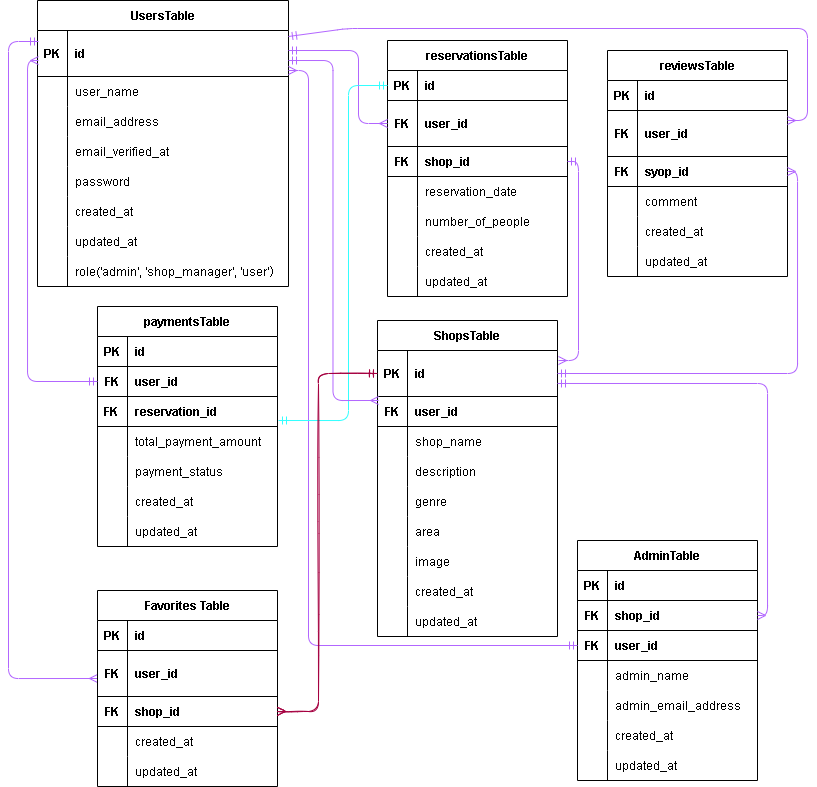
Before: src/rese.drawio.png, a diagram exported from draw.io (ponponmama/20240713-erika_hara-rese). Source tidied: cells renumbered, new cells last; positions are measured from the earlier drawing's top-left corner, leaving out a move shared by most shapes.
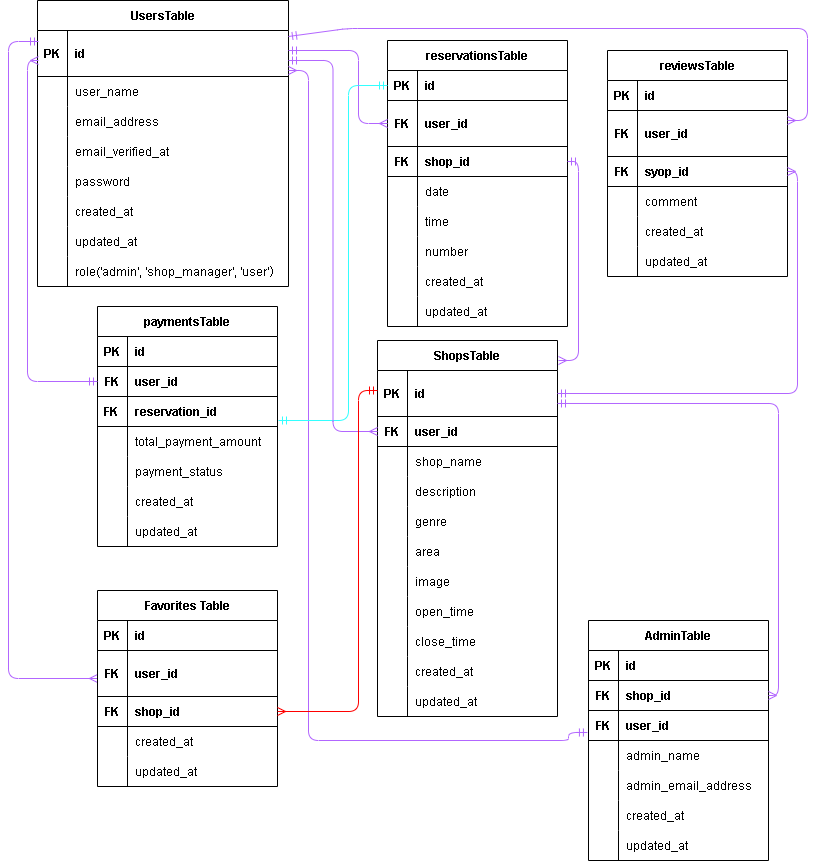
The same diagram one commit later.

The edit, as a diff of the source:
```diff
@@ -88,7 +88,7 @@
       </mxGeometry>
     </mxCell>
     <mxCell id="28" value="AdminTable" style="shape=table;startSize=30;rowLines=0;fontStyle=1;align=center;strokeColor=#000000;strokeWidth=1;fontColor=#000000;fillColor=none;" parent="1" vertex="1">
-      <mxGeometry x="569" y="540" width="180" height="240" as="geometry" />
+      <mxGeometry x="580" y="620" width="180" height="240" as="geometry" />
     </mxCell>
     <mxCell id="29" style="shape=tableRow;horizontal=0;startSize=0;swimlaneHead=0;swimlaneBody=0;fillColor=none;top=0;left=0;right=0;bottom=1;strokeColor=#000000;strokeWidth=1;fontColor=#000000;" parent="28" vertex="1">
       <mxGeometry y="30" width="180" height="30" as="geometry" />
@@ -154,7 +154,7 @@
       <mxGeometry x="30" width="150" height="30" as="geometry" />
     </mxCell>
     <mxCell id="50" value="reservationsTable" style="shape=table;startSize=30;rowLines=0;fontStyle=1;align=center;fillColor=none;strokeColor=#000000;strokeWidth=1;fontColor=#000000;" parent="1" vertex="1">
-      <mxGeometry x="379" y="40" width="180" height="256" as="geometry" />
+      <mxGeometry x="379" y="40" width="180" height="286" as="geometry" />
     </mxCell>
     <mxCell id="51" style="shape=tableRow;horizontal=0;startSize=0;swimlaneHead=0;swimlaneBody=0;fillColor=none;points=[[0,0.5],[1,0.5]];portConstraint=eastwest;top=0;left=0;right=0;bottom=1;strokeColor=#000000;strokeWidth=1;fontColor=#000000;" parent="50" vertex="1">
       <mxGeometry y="30" width="180" height="30" as="geometry" />
@@ -189,20 +189,29 @@
     <mxCell id="61" style="shape=partialRectangle;fillColor=none;top=0;left=0;bottom=0;right=0;overflow=hidden;fontColor=#000000;strokeColor=#000000;strokeWidth=1;" parent="60" vertex="1">
       <mxGeometry width="30" height="30" as="geometry" />
     </mxCell>
-    <mxCell id="62" value="reservation_date" style="shape=partialRectangle;fillColor=none;top=0;left=0;bottom=0;right=0;align=left;spacingLeft=6;overflow=hidden;fontColor=#000000;strokeColor=#000000;strokeWidth=1;" parent="60" vertex="1">
+    <mxCell id="62" value="date" style="shape=partialRectangle;fillColor=none;top=0;left=0;bottom=0;right=0;align=left;spacingLeft=6;overflow=hidden;fontColor=#000000;strokeColor=#000000;strokeWidth=1;" parent="60" vertex="1">
       <mxGeometry x="30" width="150" height="30" as="geometry" />
     </mxCell>
+    <mxCell id="167" style="shape=tableRow;horizontal=0;startSize=0;swimlaneHead=0;swimlaneBody=0;fillColor=none;top=0;left=0;right=0;bottom=0;strokeColor=#000000;strokeWidth=1;fontColor=#000000;" parent="50" vertex="1">
+      <mxGeometry y="166" width="180" height="30" as="geometry" />
+    </mxCell>
+    <mxCell id="168" style="shape=partialRectangle;fillColor=none;top=0;left=0;bottom=0;right=0;overflow=hidden;fontColor=#000000;strokeColor=#000000;strokeWidth=1;" parent="167" vertex="1">
+      <mxGeometry width="30" height="30" as="geometry" />
+    </mxCell>
+    <mxCell id="169" value="time" style="shape=partialRectangle;fillColor=none;top=0;left=0;bottom=0;right=0;align=left;spacingLeft=6;overflow=hidden;fontColor=#000000;strokeColor=#000000;strokeWidth=1;" parent="167" vertex="1">
+      <mxGeometry x="30" width="150" height="30" as="geometry" />
+    </mxCell>
     <mxCell id="63" style="shape=tableRow;horizontal=0;startSize=0;swimlaneHead=0;swimlaneBody=0;fillColor=none;top=0;left=0;right=0;bottom=0;strokeColor=#000000;strokeWidth=1;fontColor=#000000;" parent="50" vertex="1">
-      <mxGeometry y="166" width="180" height="30" as="geometry" />
+      <mxGeometry y="196" width="180" height="30" as="geometry" />
     </mxCell>
     <mxCell id="64" style="shape=partialRectangle;fillColor=none;top=0;left=0;bottom=0;right=0;overflow=hidden;fontColor=#000000;strokeColor=#000000;strokeWidth=1;" parent="63" vertex="1">
       <mxGeometry width="30" height="30" as="geometry" />
     </mxCell>
-    <mxCell id="65" value="number_of_people" style="shape=partialRectangle;fillColor=none;top=0;left=0;bottom=0;right=0;align=left;spacingLeft=6;overflow=hidden;fontColor=#000000;strokeColor=#000000;strokeWidth=1;" parent="63" vertex="1">
+    <mxCell id="65" value="number" style="shape=partialRectangle;fillColor=none;top=0;left=0;bottom=0;right=0;align=left;spacingLeft=6;overflow=hidden;fontColor=#000000;strokeColor=#000000;strokeWidth=1;" parent="63" vertex="1">
       <mxGeometry x="30" width="150" height="30" as="geometry" />
     </mxCell>
     <mxCell id="66" style="shape=tableRow;horizontal=0;startSize=0;swimlaneHead=0;swimlaneBody=0;fillColor=none;top=0;left=0;right=0;bottom=0;strokeColor=#000000;strokeWidth=1;fontColor=#000000;" parent="50" vertex="1">
-      <mxGeometry y="196" width="180" height="30" as="geometry" />
+      <mxGeometry y="226" width="180" height="30" as="geometry" />
     </mxCell>
     <mxCell id="67" style="shape=partialRectangle;fillColor=none;top=0;left=0;bottom=0;right=0;overflow=hidden;fontColor=#000000;strokeColor=#000000;strokeWidth=1;" parent="66" vertex="1">
       <mxGeometry width="30" height="30" as="geometry" />
@@ -211,7 +220,7 @@
       <mxGeometry x="30" width="150" height="30" as="geometry" />
     </mxCell>
     <mxCell id="69" style="shape=tableRow;horizontal=0;startSize=0;swimlaneHead=0;swimlaneBody=0;fillColor=none;top=0;left=0;right=0;bottom=0;strokeColor=#000000;strokeWidth=1;fontColor=#000000;" parent="50" vertex="1">
-      <mxGeometry y="226" width="180" height="30" as="geometry" />
+      <mxGeometry y="256" width="180" height="30" as="geometry" />
     </mxCell>
     <mxCell id="70" style="shape=partialRectangle;fillColor=none;top=0;left=0;bottom=0;right=0;overflow=hidden;fontColor=#000000;strokeColor=#000000;strokeWidth=1;" parent="69" vertex="1">
       <mxGeometry width="30" height="30" as="geometry" />
@@ -362,7 +371,7 @@
       </mxGeometry>
     </mxCell>
     <mxCell id="115" value="ShopsTable" style="shape=table;startSize=30;rowLines=0;fontStyle=1;align=center;strokeColor=#000000;strokeWidth=1;fontColor=#000000;fillColor=none;" parent="1" vertex="1">
-      <mxGeometry x="369" y="320" width="180" height="316" as="geometry" />
+      <mxGeometry x="369" y="340" width="180" height="376" as="geometry" />
     </mxCell>
     <mxCell id="116" style="shape=tableRow;horizontal=0;startSize=0;swimlaneHead=0;swimlaneBody=0;fillColor=none;points=[[0,0.5],[1,0.5]];portConstraint=eastwest;top=0;left=0;right=0;bottom=1;strokeColor=#000000;strokeWidth=1;fontColor=#000000;" parent="115" vertex="1">
       <mxGeometry y="30" width="180" height="46" as="geometry" />
@@ -427,8 +436,26 @@
     <mxCell id="136" value="image" style="shape=partialRectangle;fillColor=none;top=0;left=0;bottom=0;right=0;align=left;spacingLeft=6;overflow=hidden;fontColor=#000000;strokeColor=#000000;strokeWidth=1;" parent="134" vertex="1">
       <mxGeometry x="30" width="150" height="30" as="geometry" />
     </mxCell>
+    <mxCell id="170" style="shape=tableRow;horizontal=0;startSize=0;swimlaneHead=0;swimlaneBody=0;fillColor=none;top=0;left=0;right=0;bottom=0;strokeColor=#000000;strokeWidth=1;fontColor=#000000;" parent="115" vertex="1">
+      <mxGeometry y="256" width="180" height="30" as="geometry" />
+    </mxCell>
+    <mxCell id="171" style="shape=partialRectangle;fillColor=none;top=0;left=0;bottom=0;right=0;overflow=hidden;fontColor=#000000;strokeColor=#000000;strokeWidth=1;" parent="170" vertex="1">
+      <mxGeometry width="30" height="30" as="geometry" />
+    </mxCell>
+    <mxCell id="172" value="open_time" style="shape=partialRectangle;fillColor=none;top=0;left=0;bottom=0;right=0;align=left;spacingLeft=6;overflow=hidden;fontColor=#000000;strokeColor=#000000;strokeWidth=1;" parent="170" vertex="1">
+      <mxGeometry x="30" width="150" height="30" as="geometry" />
+    </mxCell>
+    <mxCell id="173" style="shape=tableRow;horizontal=0;startSize=0;swimlaneHead=0;swimlaneBody=0;fillColor=none;top=0;left=0;right=0;bottom=0;strokeColor=#000000;strokeWidth=1;fontColor=#000000;" parent="115" vertex="1">
+      <mxGeometry y="286" width="180" height="30" as="geometry" />
+    </mxCell>
+    <mxCell id="174" style="shape=partialRectangle;fillColor=none;top=0;left=0;bottom=0;right=0;overflow=hidden;fontColor=#000000;strokeColor=#000000;strokeWidth=1;" parent="173" vertex="1">
+      <mxGeometry width="30" height="30" as="geometry" />
+    </mxCell>
+    <mxCell id="175" value="close_time" style="shape=partialRectangle;fillColor=none;top=0;left=0;bottom=0;right=0;align=left;spacingLeft=6;overflow=hidden;fontColor=#000000;strokeColor=#000000;strokeWidth=1;" parent="173" vertex="1">
+      <mxGeometry x="30" width="150" height="30" as="geometry" />
+    </mxCell>
     <mxCell id="137" style="shape=tableRow;horizontal=0;startSize=0;swimlaneHead=0;swimlaneBody=0;fillColor=none;top=0;left=0;right=0;bottom=0;strokeColor=#000000;strokeWidth=1;fontColor=#000000;" parent="115" vertex="1">
-      <mxGeometry y="256" width="180" height="30" as="geometry" />
+      <mxGeometry y="316" width="180" height="30" as="geometry" />
     </mxCell>
     <mxCell id="138" style="shape=partialRectangle;fillColor=none;top=0;left=0;bottom=0;right=0;overflow=hidden;fontColor=#000000;strokeColor=#000000;strokeWidth=1;" parent="137" vertex="1">
       <mxGeometry width="30" height="30" as="geometry" />
@@ -437,7 +464,7 @@
       <mxGeometry x="30" width="150" height="30" as="geometry" />
     </mxCell>
     <mxCell id="140" style="shape=tableRow;horizontal=0;startSize=0;swimlaneHead=0;swimlaneBody=0;fillColor=none;top=0;left=0;right=0;bottom=0;strokeColor=#000000;strokeWidth=1;fontColor=#000000;" parent="115" vertex="1">
-      <mxGeometry y="286" width="180" height="30" as="geometry" />
+      <mxGeometry y="346" width="180" height="30" as="geometry" />
     </mxCell>
     <mxCell id="141" style="shape=partialRectangle;fillColor=none;top=0;left=0;bottom=0;right=0;overflow=hidden;fontColor=#000000;strokeColor=#000000;strokeWidth=1;" parent="140" vertex="1">
       <mxGeometry width="30" height="30" as="geometry" />
@@ -460,11 +487,13 @@
     <mxCell id="145" style="edgeStyle=orthogonalEdgeStyle;fontSize=12;html=1;endArrow=ERmany;exitX=1;exitY=0.717;exitDx=0;exitDy=0;exitPerimeter=0;entryX=1;entryY=0.5;entryDx=0;entryDy=0;startArrow=ERmandOne;startFill=0;strokeColor=#B266FF;strokeWidth=1;fontColor=default;" parent="1" edge="1" source="116" target="32">
       <mxGeometry relative="1" as="geometry" />
     </mxCell>
-    <mxCell id="146" style="edgeStyle=orthogonalEdgeStyle;fontSize=12;html=1;endArrow=ERmany;exitX=0;exitY=0.5;exitDx=0;exitDy=0;strokeColor=#B266FF;strokeWidth=1;fontColor=default;startArrow=ERmandOne;startFill=0;" parent="1" edge="1" source="35">
+    <mxCell id="146" style="edgeStyle=orthogonalEdgeStyle;fontSize=12;html=1;endArrow=ERmany;strokeColor=#B266FF;strokeWidth=1;fontColor=default;startArrow=ERmandOne;startFill=0;exitX=-0.006;exitY=0.733;exitDx=0;exitDy=0;exitPerimeter=0;" parent="1" edge="1" source="35">
       <mxGeometry relative="1" as="geometry">
         <mxPoint x="280" y="70" as="targetPoint" />
         <Array as="points">
-          <mxPoint x="300" y="645" />
+          <mxPoint x="560" y="732" />
+          <mxPoint x="560" y="740" />
+          <mxPoint x="300" y="740" />
           <mxPoint x="300" y="70" />
         </Array>
       </mxGeometry>
@@ -488,7 +517,7 @@
         </Array>
       </mxGeometry>
     </mxCell>
-    <mxCell id="149" style="edgeStyle=orthogonalEdgeStyle;fontSize=12;html=1;endArrow=ERmany;entryX=0.006;entryY=0.133;entryDx=0;entryDy=0;startArrow=ERmandOne;startFill=0;strokeColor=#B266FF;exitX=1;exitY=0.652;exitDx=0;exitDy=0;exitPerimeter=0;entryPerimeter=0;" parent="1" edge="1" source="3" target="119">
+    <mxCell id="149" style="edgeStyle=orthogonalEdgeStyle;fontSize=12;html=1;endArrow=ERmany;entryX=0;entryY=0.5;entryDx=0;entryDy=0;startArrow=ERmandOne;startFill=0;strokeColor=#B266FF;exitX=1;exitY=0.652;exitDx=0;exitDy=0;exitPerimeter=0;" parent="1" edge="1" source="3" target="119">
       <mxGeometry relative="1" as="geometry" />
     </mxCell>
     <mxCell id="150" value="Favorites Table" style="shape=table;startSize=30;rowLines=0;fontStyle=1;align=center;fillColor=none;strokeColor=#000000;strokeWidth=1;fontColor=#000000;" parent="1" vertex="1">
@@ -539,13 +568,14 @@
     <mxCell id="165" value="updated_at" style="shape=partialRectangle;fillColor=none;top=0;left=0;bottom=0;right=0;align=left;spacingLeft=6;overflow=hidden;fontColor=#000000;strokeColor=#000000;strokeWidth=1;" parent="163" vertex="1">
       <mxGeometry x="30" width="150" height="30" as="geometry" />
     </mxCell>
-    <mxCell id="166" style="edgeStyle=orthogonalEdgeStyle;sketch=1;html=1;startArrow=ERmandOne;startFill=0;exitX=0;exitY=0.5;exitDx=0;exitDy=0;entryX=1;entryY=0.5;entryDx=0;entryDy=0;fillColor=#d80073;strokeColor=#A50040;endArrow=ERmany;endFill=0;" parent="1" edge="1" source="116" target="157">
-      <mxGeometry relative="1" as="geometry">
-        <Array as="points">
-          <mxPoint x="310" y="373" />
-          <mxPoint x="310" y="711" />
-        </Array>
-      </mxGeometry>
-    </mxCell>
+    <mxCell id="176" style="edgeStyle=orthogonalEdgeStyle;fontSize=12;html=1;endArrow=ERmandOne;fontColor=#FF0000;exitX=1;exitY=0.5;exitDx=0;exitDy=0;strokeColor=#FF0000;startArrow=ERmany;startFill=0;" parent="1" edge="1" source="157">
+      <mxGeometry relative="1" as="geometry">
+        <mxPoint x="369" y="390" as="targetPoint" />
+        <Array as="points">
+          <mxPoint x="350" y="711" />
+          <mxPoint x="350" y="390" />
+        </Array>
+      </mxGeometry>
+    </mxCell>
   </root>
 </mxGraphModel>
```
